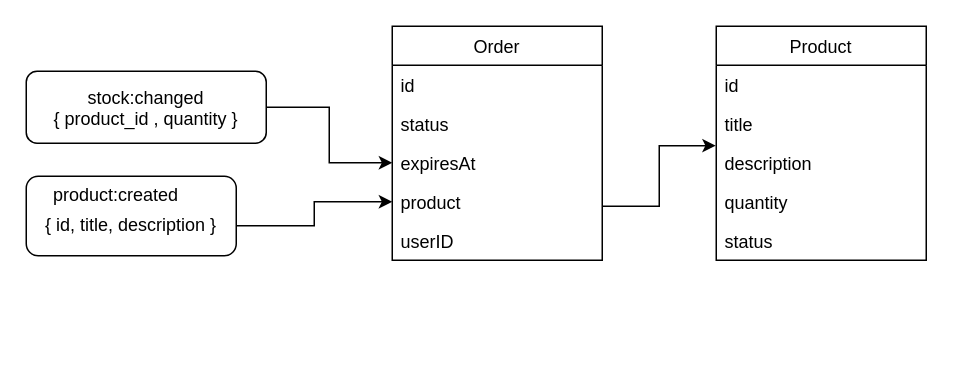
Before: docs/services/order.drawio in sikozonpc/e-commerce, a draw.io diagram. Source tidied: cells renumbered, new cells numbered last; positions are measured from the earlier drawing's top-left corner, leaving out a move shared by most shapes. Both pictures are drawn from the tidied source at 150%, with x=0, y=0 at pixel (26, 26).
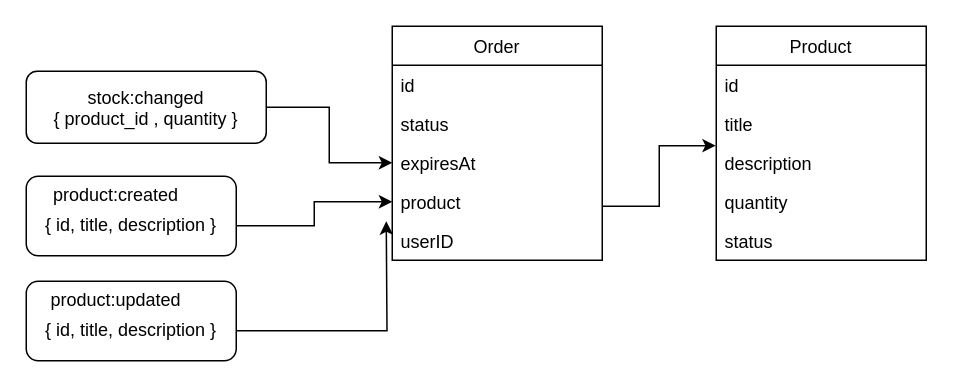
Above is the later version.

Diff of the diagram source:
```diff
@@
+    <mxCell id="23" style="rounded=1;whiteSpace=wrap;html=1;" parent="1" vertex="1">
+      <mxGeometry y="170" width="140" height="53" as="geometry" />
+    </mxCell>
+    <mxCell id="24" value="product:updated" style="text;html=1;strokeColor=none;fillColor=none;align=center;verticalAlign=middle;whiteSpace=wrap;rounded=0;" parent="1" vertex="1">
+      <mxGeometry x="40" y="173" width="40" height="20" as="geometry" />
+    </mxCell>
+    <mxCell id="25" style="edgeStyle=orthogonalEdgeStyle;rounded=0;jettySize=auto;html=1;" parent="1" edge="1" source="26">
+      <mxGeometry relative="1" as="geometry">
+        <mxPoint x="240" y="130" as="targetPoint" />
+      </mxGeometry>
+    </mxCell>
+    <mxCell id="26" value="{ id, title, description }" style="text;html=1;strokeColor=none;fillColor=none;align=center;verticalAlign=middle;whiteSpace=wrap;rounded=0;" parent="1" vertex="1">
+      <mxGeometry y="193" width="140" height="20" as="geometry" />
+    </mxCell>
```
